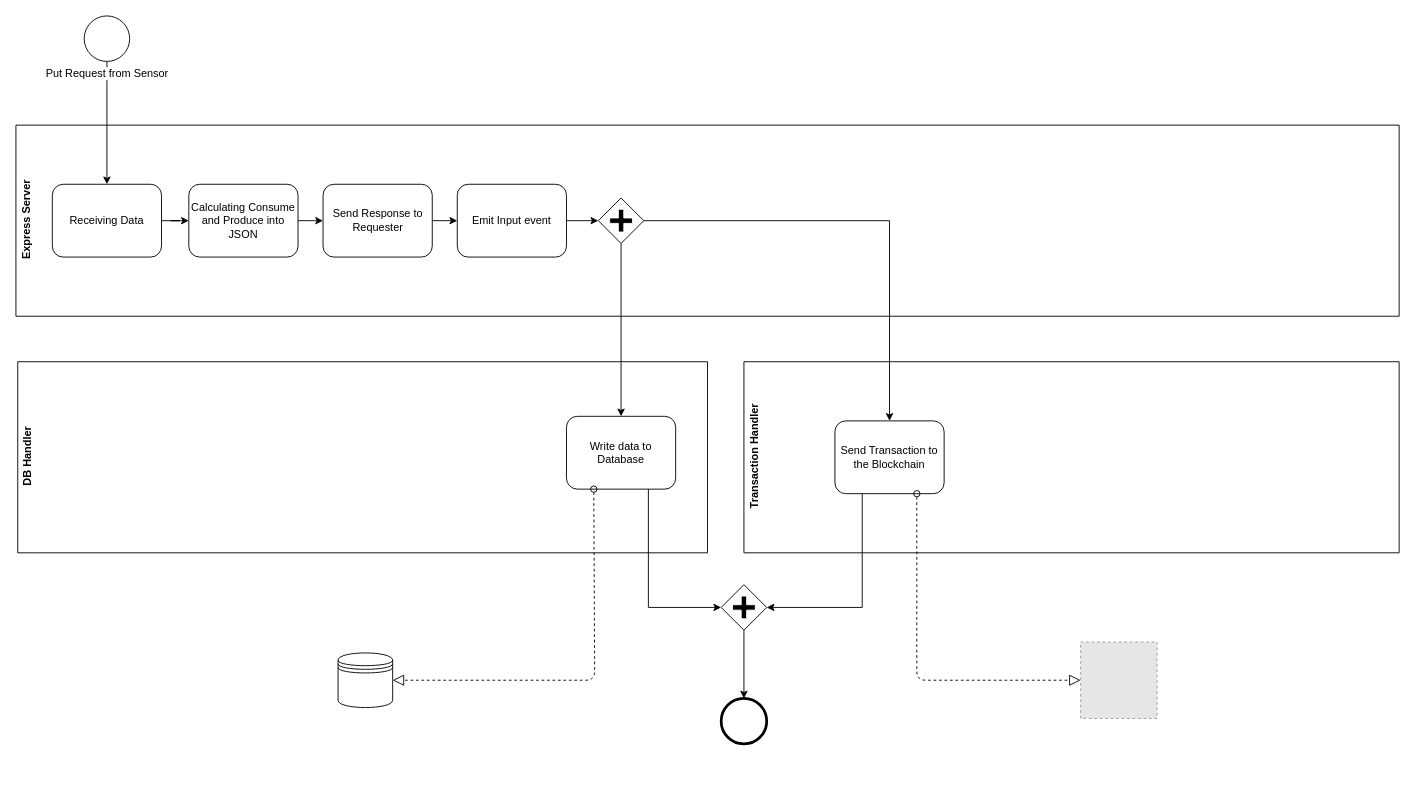
JacobEberhardt/decentralized-energy-trading keeps this draw.io diagram as documentation/HHS_PUT_Request.drawio. Above is the earlier version. Source tidied: cells renumbered, new cells numbered last; positions are measured from the earlier drawing's top-left corner, leaving out a move shared by most shapes. Both pictures are drawn from the tidied source at 91%, with x=0, y=0 at pixel (15, 15). Pictures stored in the file or linked from it are replaced by grey dashed boxes.
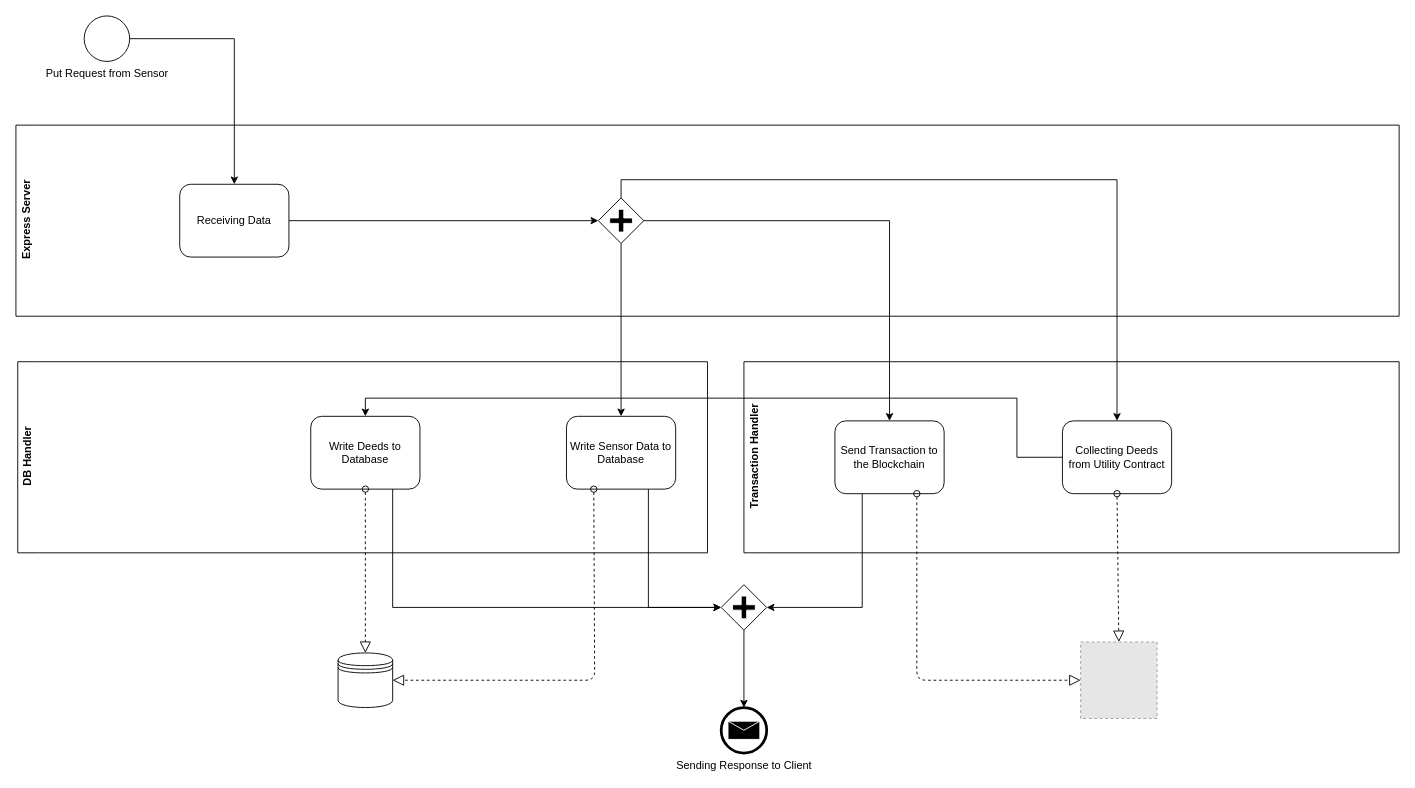
The same page after the edit.

Commit message (it also covers changes not shown here):
Update Flow Charts for GET and PUT

The change refers to these unchanged cells:
```xml
<mxCell id="4" value="&lt;div&gt;Express Server&lt;/div&gt;" style="swimlane;html=1;horizontal=0;swimlaneLine=0;startSize=23;" parent="1" vertex="1">
  <mxGeometry y="120" width="1520" height="210" as="geometry" />
</mxCell>
<mxCell id="11" style="shape=mxgraph.bpmn.shape;html=1;verticalLabelPosition=bottom;labelBackgroundColor=#ffffff;verticalAlign=top;align=center;perimeter=rhombusPerimeter;background=gateway;outlineConnect=0;outline=none;symbol=parallelGw;" parent="4" vertex="1">
  <mxGeometry x="640" y="80" width="50" height="50" as="geometry" />
</mxCell>
<mxCell id="14" value="Transaction Handler" style="swimlane;html=1;horizontal=0;swimlaneLine=0;" parent="1" vertex="1">
  <mxGeometry x="800" y="380" width="720" height="210" as="geometry" />
</mxCell>
<mxCell id="16" value="&lt;div&gt;DB Handler&lt;/div&gt;" style="swimlane;html=1;horizontal=0;swimlaneLine=0;" parent="1" vertex="1">
  <mxGeometry x="2" y="380" width="758" height="210" as="geometry" />
</mxCell>
<mxCell id="18" style="shape=datastore;whiteSpace=wrap;html=1;" parent="1" vertex="1">
  <mxGeometry x="354" y="700" width="60" height="60" as="geometry" />
</mxCell>
<mxCell id="23" style="shape=mxgraph.bpmn.shape;html=1;verticalLabelPosition=bottom;labelBackgroundColor=#ffffff;verticalAlign=top;align=center;perimeter=rhombusPerimeter;background=gateway;outlineConnect=0;outline=none;symbol=parallelGw;" parent="1" vertex="1">
  <mxGeometry x="775" y="625" width="50" height="50" as="geometry" />
</mxCell>
<mxCell id="27" style="fillColor=#E6E6E6;strokeColor=#999999;dashed=1;html=1;verticalAlign=top;verticalLabelPosition=bottom;labelBackgroundColor=#ffffff;" parent="1" vertex="1">
  <mxGeometry x="1170" y="688" width="84" height="84" as="geometry" />
</mxCell>
```

Diff of the diagram source:
```diff
@@
-    <mxCell id="5" style="edgeStyle=orthogonalEdgeStyle;rounded=0;jettySize=auto;html=1;" parent="4" edge="1" source="6" target="8">
+    <mxCell id="5" style="edgeStyle=orthogonalEdgeStyle;rounded=0;jettySize=auto;html=1;entryX=0;entryY=0.5;entryDx=0;entryDy=0;" parent="4" edge="1" source="6" target="11">
       <mxGeometry relative="1" as="geometry" />
     </mxCell>
     <mxCell id="6" value="Receiving Data" style="shape=ext;rounded=1;html=1;whiteSpace=wrap;" parent="4" vertex="1">
-      <mxGeometry x="40" y="65" width="120" height="80" as="geometry" />
+      <mxGeometry x="180" y="65" width="120" height="80" as="geometry" />
     </mxCell>
-    <mxCell id="7" style="edgeStyle=orthogonalEdgeStyle;rounded=0;jettySize=auto;html=1;exitX=1;exitY=0.5;exitDx=0;exitDy=0;entryX=0;entryY=0.5;entryDx=0;entryDy=0;" parent="4" edge="1" source="8" target="13">
-      <mxGeometry relative="1" as="geometry" />
-    </mxCell>
-    <mxCell id="8" value="Calculating Consume and Produce into JSON" style="shape=ext;rounded=1;html=1;whiteSpace=wrap;" parent="4" vertex="1">
-      <mxGeometry x="190" y="65" width="120" height="80" as="geometry" />
-    </mxCell>
-    <mxCell id="9" style="edgeStyle=orthogonalEdgeStyle;rounded=0;jettySize=auto;html=1;exitX=1;exitY=0.5;exitDx=0;exitDy=0;entryX=0;entryY=0.5;entryDx=0;entryDy=0;" parent="4" edge="1" source="10" target="11">
-      <mxGeometry relative="1" as="geometry" />
-    </mxCell>
-    <mxCell id="10" value="Emit Input event" style="shape=ext;rounded=1;html=1;whiteSpace=wrap;" parent="4" vertex="1">
-      <mxGeometry x="485" y="65" width="120" height="80" as="geometry" />
-    </mxCell>
@@
-    <mxCell id="12" style="edgeStyle=orthogonalEdgeStyle;rounded=0;jettySize=auto;html=1;exitX=1;exitY=0.5;exitDx=0;exitDy=0;entryX=0;entryY=0.5;entryDx=0;entryDy=0;" parent="4" edge="1" source="13" target="10">
-      <mxGeometry relative="1" as="geometry" />
-    </mxCell>
-    <mxCell id="13" value="Send Response to Requester" style="shape=ext;rounded=1;html=1;whiteSpace=wrap;" parent="4" vertex="1">
-      <mxGeometry x="337.5" y="65" width="120" height="80" as="geometry" />
-    </mxCell>
@@
+    <mxCell id="29" value="Collecting Deeds from Utility Contract&lt;br&gt;" style="shape=ext;rounded=1;html=1;whiteSpace=wrap;" parent="14" vertex="1">
+      <mxGeometry x="350" y="65" width="120" height="80" as="geometry" />
+    </mxCell>
@@
-    <mxCell id="17" value="Write data to Database" style="shape=ext;rounded=1;html=1;whiteSpace=wrap;" parent="16" vertex="1">
+    <mxCell id="17" value="Write Sensor Data to Database" style="shape=ext;rounded=1;html=1;whiteSpace=wrap;" parent="16" vertex="1">
       <mxGeometry x="603" y="60" width="120" height="80" as="geometry" />
     </mxCell>
+    <mxCell id="30" value="Write Deeds to Database&lt;br&gt;" style="shape=ext;rounded=1;html=1;whiteSpace=wrap;" parent="16" vertex="1">
+      <mxGeometry x="322" y="60" width="120" height="80" as="geometry" />
+    </mxCell>
@@
-    <mxCell id="22" style="edgeStyle=orthogonalEdgeStyle;rounded=0;jettySize=auto;html=1;exitX=0.5;exitY=1;exitDx=0;exitDy=0;entryX=0.5;entryY=0;entryDx=0;entryDy=0;" parent="1" edge="1" source="23" target="26">
+    <mxCell id="22" style="edgeStyle=orthogonalEdgeStyle;rounded=0;jettySize=auto;html=1;exitX=0.5;exitY=1;exitDx=0;exitDy=0;entryX=0.5;entryY=0;entryDx=0;entryDy=0;" parent="1" edge="1" source="23" target="36">
       <mxGeometry relative="1" as="geometry" />
     </mxCell>
@@
-    <mxCell id="26" style="shape=mxgraph.bpmn.shape;html=1;verticalLabelPosition=bottom;labelBackgroundColor=#ffffff;verticalAlign=top;align=center;perimeter=ellipsePerimeter;outlineConnect=0;outline=end;symbol=general;" parent="1" vertex="1">
-      <mxGeometry x="775" y="750" width="50" height="50" as="geometry" />
-    </mxCell>
@@
+    <mxCell id="31" style="edgeStyle=orthogonalEdgeStyle;rounded=0;jettySize=auto;html=1;exitX=0.5;exitY=0;exitDx=0;exitDy=0;entryX=0.5;entryY=0;entryDx=0;entryDy=0;" parent="1" edge="1" source="11" target="29">
+      <mxGeometry relative="1" as="geometry" />
+    </mxCell>
+    <mxCell id="32" style="startArrow=oval;startFill=0;startSize=7;endArrow=block;endFill=0;endSize=10;dashed=1;html=1;exitX=0.5;exitY=1;exitDx=0;exitDy=0;entryX=0.5;entryY=0;entryDx=0;entryDy=0;" parent="1" edge="1" source="29" target="27">
+      <mxGeometry relative="1" as="geometry" />
+    </mxCell>
+    <mxCell id="33" style="startArrow=oval;startFill=0;startSize=7;endArrow=block;endFill=0;endSize=10;dashed=1;html=1;exitX=0.5;exitY=1;exitDx=0;exitDy=0;entryX=0.5;entryY=0;entryDx=0;entryDy=0;" parent="1" edge="1" source="30" target="18">
+      <mxGeometry relative="1" as="geometry" />
+    </mxCell>
+    <mxCell id="34" style="edgeStyle=orthogonalEdgeStyle;rounded=0;jettySize=auto;html=1;exitX=0.75;exitY=1;exitDx=0;exitDy=0;entryX=0;entryY=0.5;entryDx=0;entryDy=0;" parent="1" edge="1" source="30" target="23">
+      <mxGeometry relative="1" as="geometry" />
+    </mxCell>
+    <mxCell id="35" style="edgeStyle=orthogonalEdgeStyle;rounded=0;jettySize=auto;html=1;exitX=0;exitY=0.5;exitDx=0;exitDy=0;entryX=0.5;entryY=0;entryDx=0;entryDy=0;" parent="1" edge="1" source="29" target="30">
+      <mxGeometry relative="1" as="geometry">
+        <Array as="points">
+          <mxPoint x="1100" y="485" />
+          <mxPoint x="1100" y="420" />
+          <mxPoint x="384" y="420" />
+        </Array>
+      </mxGeometry>
+    </mxCell>
+    <mxCell id="36" value="Sending Response to Client" style="shape=mxgraph.bpmn.shape;html=1;verticalLabelPosition=bottom;labelBackgroundColor=#ffffff;verticalAlign=top;align=center;perimeter=ellipsePerimeter;outlineConnect=0;outline=end;symbol=message;" parent="1" vertex="1">
+      <mxGeometry x="775" y="760" width="50" height="50" as="geometry" />
+    </mxCell>
```
